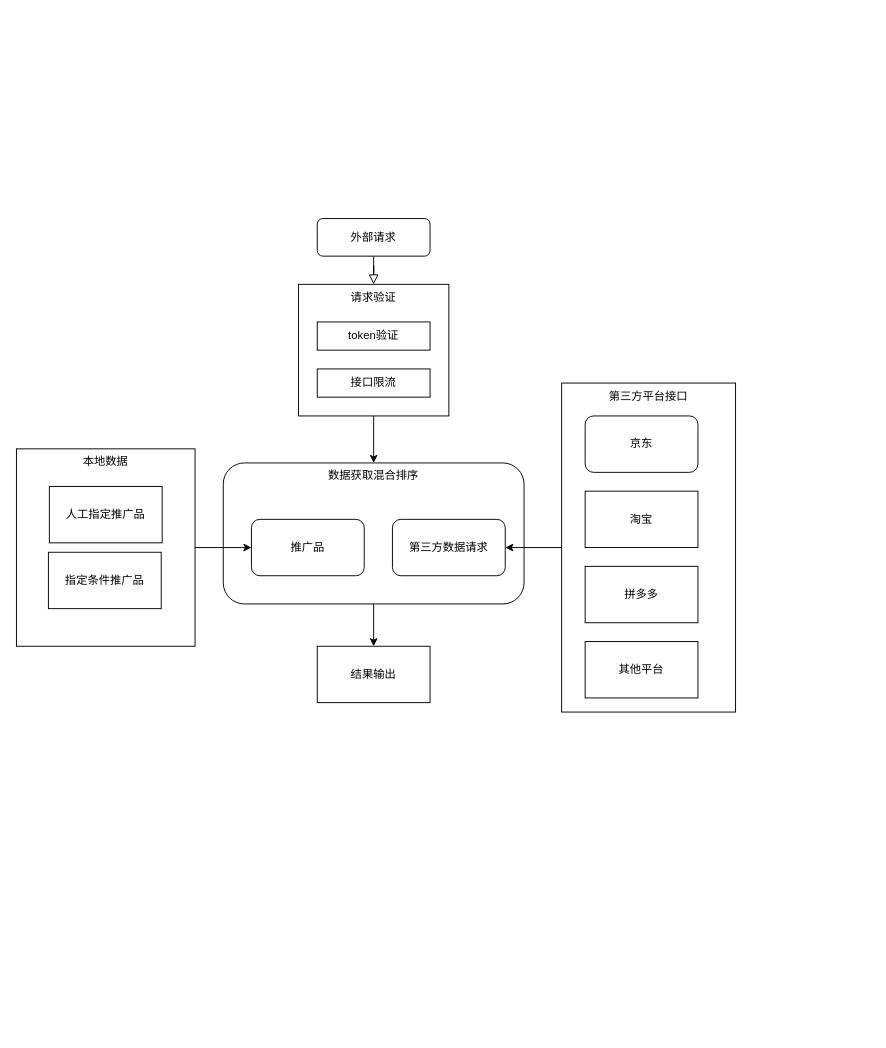
Earlier version of the draw.io diagram Untitled Diagram.drawio (germsyg/draw). Source tidied: cells renumbered, new cells numbered last; positions are measured from the earlier drawing's top-left corner, leaving out a move shared by most shapes. Both pictures are drawn from the tidied source at 94%, with x=0, y=0 at pixel (16, 218).
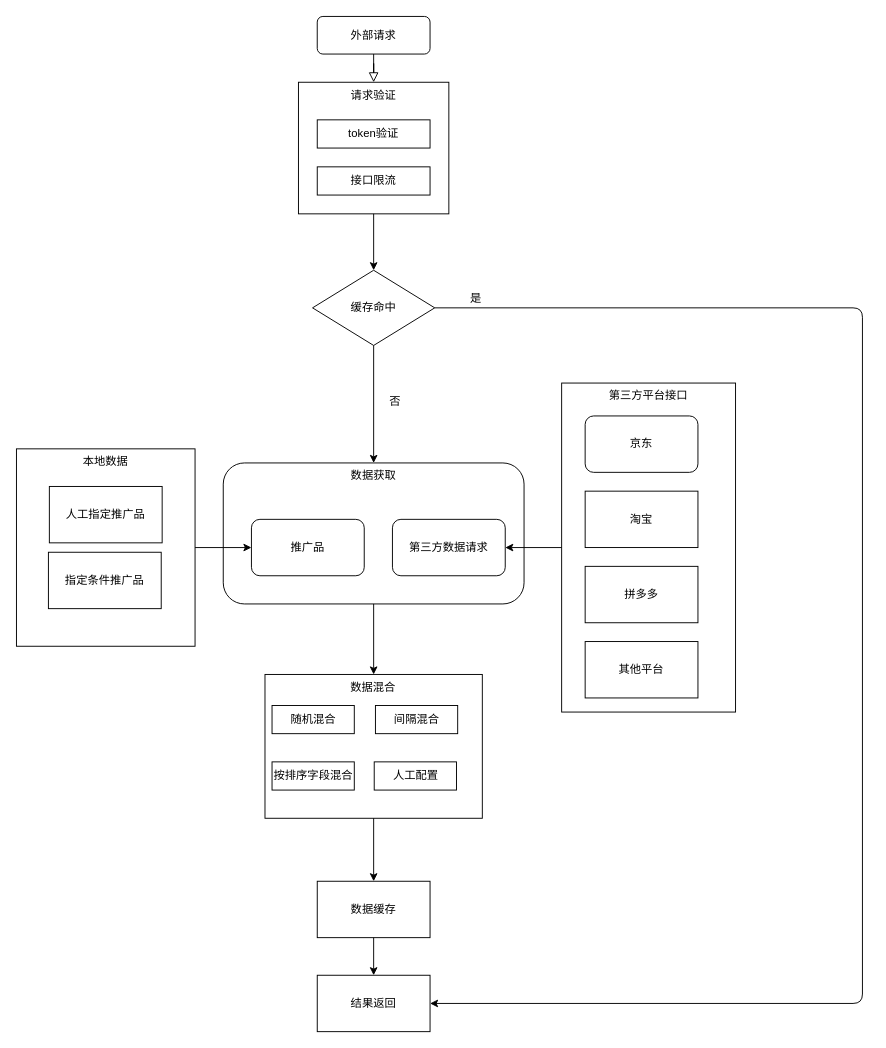
After the change.

Change to the diagram source:
```diff
@@
-    <mxCell id="3" value="数据获取混合排序" style="rounded=1;whiteSpace=wrap;html=1;verticalAlign=top;" parent="1" vertex="1">
+    <mxCell id="3" value="数据获取" style="rounded=1;whiteSpace=wrap;html=1;verticalAlign=top;" parent="1" vertex="1">
       <mxGeometry x="220" y="260" width="320" height="150" as="geometry" />
     </mxCell>
@@
     <mxCell id="6" value="外部请求" style="rounded=1;whiteSpace=wrap;html=1;fontSize=12;glass=0;strokeWidth=1;shadow=0;" parent="1" vertex="1">
-      <mxGeometry x="320" width="120" height="40" as="geometry" />
+      <mxGeometry x="320" y="-215" width="120" height="40" as="geometry" />
     </mxCell>
     <mxCell id="7" value="请求验证" style="rounded=0;whiteSpace=wrap;html=1;verticalAlign=top;" parent="1" vertex="1">
-      <mxGeometry x="300" y="70" width="160" height="140" as="geometry" />
+      <mxGeometry x="300" y="-145" width="160" height="140" as="geometry" />
     </mxCell>
@@
-    <mxCell id="14" style="endArrow=classic;html=1;exitX=0.5;exitY=1;exitDx=0;exitDy=0;" parent="1" edge="1" source="7">
-      <mxGeometry relative="1" as="geometry">
-        <mxPoint x="380" y="260" as="targetPoint" />
-      </mxGeometry>
+    <mxCell id="14" style="endArrow=classic;html=1;entryX=0.5;entryY=0;entryDx=0;entryDy=0;exitX=0.5;exitY=1;exitDx=0;exitDy=0;" parent="1" edge="1" source="7" target="23">
+      <mxGeometry relative="1" as="geometry" />
     </mxCell>
@@
-    <mxCell id="19" value="结果输出" style="rounded=0;whiteSpace=wrap;html=1;verticalAlign=middle;" parent="1" vertex="1">
-      <mxGeometry x="320" y="455" width="120" height="60" as="geometry" />
+    <mxCell id="19" value="数据混合" style="rounded=0;whiteSpace=wrap;html=1;verticalAlign=top;" parent="1" vertex="1">
+      <mxGeometry x="264.4" y="485" width="231.2" height="153" as="geometry" />
     </mxCell>
@@
     <mxCell id="21" value="token验证" style="rounded=0;whiteSpace=wrap;html=1;verticalAlign=middle;" parent="1" vertex="1">
-      <mxGeometry x="320" y="110" width="120" height="30" as="geometry" />
+      <mxGeometry x="320" y="-105" width="120" height="30" as="geometry" />
     </mxCell>
     <mxCell id="22" value="接口限流" style="rounded=0;whiteSpace=wrap;html=1;verticalAlign=middle;" parent="1" vertex="1">
-      <mxGeometry x="320" y="160" width="120" height="30" as="geometry" />
+      <mxGeometry x="320" y="-55" width="120" height="30" as="geometry" />
     </mxCell>
+    <mxCell id="23" value="缓存命中" style="rhombus;whiteSpace=wrap;html=1;" parent="1" vertex="1">
+      <mxGeometry x="315" y="55" width="130" height="80" as="geometry" />
+    </mxCell>
+    <mxCell id="24" style="endArrow=classic;html=1;exitX=0.5;exitY=1;exitDx=0;exitDy=0;entryX=0.5;entryY=0;entryDx=0;entryDy=0;" parent="1" edge="1" source="23" target="3">
+      <mxGeometry relative="1" as="geometry" />
+    </mxCell>
+    <mxCell id="25" value="否" style="text;html=1;strokeColor=none;fillColor=none;align=center;verticalAlign=middle;whiteSpace=wrap;rounded=0;" parent="1" vertex="1">
+      <mxGeometry x="382.5" y="185" width="40" height="20" as="geometry" />
+    </mxCell>
+    <mxCell id="26" style="rounded=0;whiteSpace=wrap;html=1;verticalAlign=top;" parent="1" vertex="1">
+      <mxGeometry x="552.5" y="655" width="85" as="geometry" />
+    </mxCell>
+    <mxCell id="27" value="随机混合" style="rounded=0;whiteSpace=wrap;html=1;verticalAlign=middle;" parent="1" vertex="1">
+      <mxGeometry x="271.9" y="518" width="87.5" height="30" as="geometry" />
+    </mxCell>
+    <mxCell id="28" value="间隔混合" style="rounded=0;whiteSpace=wrap;html=1;verticalAlign=middle;" parent="1" vertex="1">
+      <mxGeometry x="381.9" y="518" width="87.5" height="30" as="geometry" />
+    </mxCell>
+    <mxCell id="29" value="按排序字段混合" style="rounded=0;whiteSpace=wrap;html=1;verticalAlign=middle;" parent="1" vertex="1">
+      <mxGeometry x="271.9" y="578" width="87.5" height="30" as="geometry" />
+    </mxCell>
+    <mxCell id="30" value="人工配置" style="rounded=0;whiteSpace=wrap;html=1;verticalAlign=middle;" parent="1" vertex="1">
+      <mxGeometry x="380.6" y="578" width="87.5" height="30" as="geometry" />
+    </mxCell>
+    <mxCell id="31" style="endArrow=classic;html=1;exitX=0.5;exitY=1;exitDx=0;exitDy=0;entryX=0.5;entryY=0;entryDx=0;entryDy=0;" parent="1" edge="1" source="19" target="32">
+      <mxGeometry relative="1" as="geometry" />
+    </mxCell>
+    <mxCell id="32" value="数据缓存" style="rounded=0;whiteSpace=wrap;html=1;verticalAlign=middle;" parent="1" vertex="1">
+      <mxGeometry x="320" y="705" width="120" height="60" as="geometry" />
+    </mxCell>
+    <mxCell id="33" value="结果返回" style="rounded=0;whiteSpace=wrap;html=1;verticalAlign=middle;" parent="1" vertex="1">
+      <mxGeometry x="320" y="805" width="120" height="60" as="geometry" />
+    </mxCell>
+    <mxCell id="34" style="endArrow=classic;html=1;exitX=0.5;exitY=1;exitDx=0;exitDy=0;entryX=0.5;entryY=0;entryDx=0;entryDy=0;" parent="1" edge="1" source="32" target="33">
+      <mxGeometry relative="1" as="geometry" />
+    </mxCell>
+    <mxCell id="35" style="endArrow=classic;html=1;exitX=1;exitY=0.5;exitDx=0;exitDy=0;entryX=1;entryY=0.5;entryDx=0;entryDy=0;" parent="1" edge="1" source="23" target="33">
+      <mxGeometry relative="1" as="geometry">
+        <Array as="points">
+          <mxPoint x="900" y="95" />
+          <mxPoint x="900" y="835" />
+        </Array>
+      </mxGeometry>
+    </mxCell>
+    <mxCell id="36" value="是" style="text;html=1;strokeColor=none;fillColor=none;align=center;verticalAlign=middle;whiteSpace=wrap;rounded=0;" parent="1" vertex="1">
+      <mxGeometry x="469.4" y="75" width="40" height="20" as="geometry" />
+    </mxCell>
```
